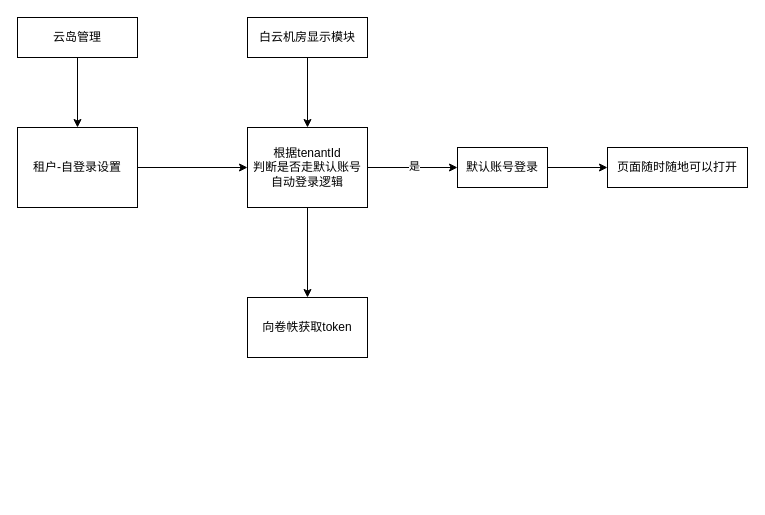
baiyigujiu/lesson2 keeps this draw.io diagram as 未命名绘图.drawio. Above is the earlier version. Source tidied: cells renumbered, new cells numbered last; positions are measured from the earlier drawing's top-left corner, leaving out a move shared by most shapes. Both pictures are drawn from the tidied source at 100%, with x=0, y=0 at pixel (17, 17).
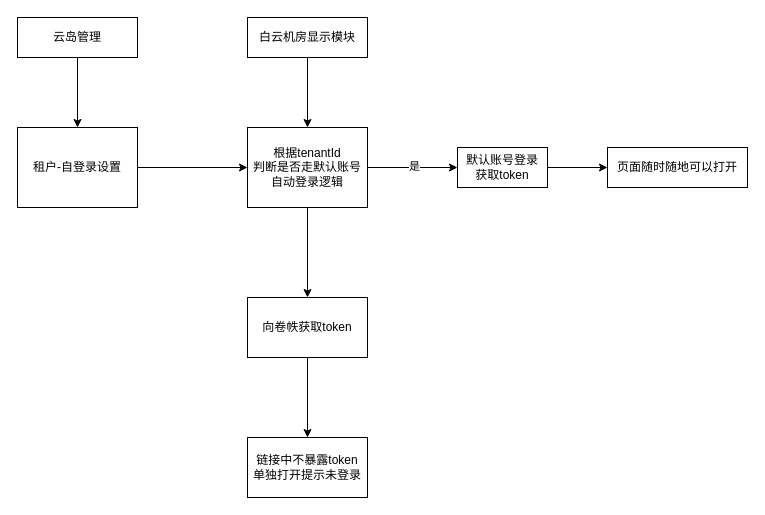
Above is the later version.

Commit message:
更新未命名绘图.drawio

Diff of the diagram source:
```diff
@@
 <mxGraphModel>
   <root>
     <mxCell id="0" />
     <mxCell id="1" parent="0" />
     <mxCell id="2" style="edgeStyle=orthogonalEdgeStyle;rounded=0;jettySize=auto;html=1;" parent="1" edge="1" source="3" target="7">
       <mxGeometry relative="1" as="geometry" />
     </mxCell>
     <mxCell id="3" value="白云机房显示模块" style="rounded=0;whiteSpace=wrap;html=1;" parent="1" vertex="1">
       <mxGeometry x="230" width="120" height="40" as="geometry" />
     </mxCell>
     <mxCell id="4" style="edgeStyle=orthogonalEdgeStyle;rounded=0;jettySize=auto;html=1;" parent="1" edge="1" source="7" target="9">
       <mxGeometry relative="1" as="geometry" />
     </mxCell>
     <mxCell id="5" value="是" style="edgeLabel;html=1;align=center;verticalAlign=middle;" parent="4" vertex="1">
       <mxGeometry x="0.03" y="2" relative="1" as="geometry" />
     </mxCell>
     <mxCell id="6" style="edgeStyle=orthogonalEdgeStyle;rounded=0;jettySize=auto;html=1;" parent="1" edge="1" source="7" target="11">
       <mxGeometry relative="1" as="geometry" />
     </mxCell>
     <mxCell id="7" value="根据tenantId&lt;br&gt;判断是否走默认账号自动登录逻辑" style="whiteSpace=wrap;html=1;rounded=0;" parent="1" vertex="1">
       <mxGeometry x="230" y="110" width="120" height="80" as="geometry" />
     </mxCell>
     <mxCell id="8" style="edgeStyle=orthogonalEdgeStyle;rounded=0;jettySize=auto;html=1;" parent="1" edge="1" source="9" target="10">
       <mxGeometry relative="1" as="geometry" />
     </mxCell>
-    <mxCell id="9" value="默认账号登录" style="whiteSpace=wrap;html=1;rounded=0;" parent="1" vertex="1">
+    <mxCell id="9" value="默认账号登录&lt;br&gt;获取token" style="whiteSpace=wrap;html=1;rounded=0;" parent="1" vertex="1">
       <mxGeometry x="440" y="130" width="90" height="40" as="geometry" />
     </mxCell>
     <mxCell id="10" value="页面随时随地可以打开" style="whiteSpace=wrap;html=1;rounded=0;" parent="1" vertex="1">
       <mxGeometry x="590" y="130" width="140" height="40" as="geometry" />
     </mxCell>
+    <mxCell id="16" style="edgeStyle=orthogonalEdgeStyle;rounded=0;jettySize=auto;html=1;" parent="1" edge="1" source="11" target="17">
+      <mxGeometry relative="1" as="geometry" />
+    </mxCell>
     <mxCell id="11" value="向卷帙获取token" style="whiteSpace=wrap;html=1;rounded=0;" parent="1" vertex="1">
       <mxGeometry x="230" y="280" width="120" height="60" as="geometry" />
     </mxCell>
     <mxCell id="12" style="edgeStyle=orthogonalEdgeStyle;rounded=0;jettySize=auto;html=1;entryX=0.5;entryY=0;entryDx=0;entryDy=0;" parent="1" edge="1" source="13" target="15">
       <mxGeometry relative="1" as="geometry" />
     </mxCell>
     <mxCell id="13" value="云岛管理" style="rounded=0;whiteSpace=wrap;html=1;" parent="1" vertex="1">
       <mxGeometry width="120" height="40" as="geometry" />
     </mxCell>
     <mxCell id="14" style="edgeStyle=orthogonalEdgeStyle;rounded=0;jettySize=auto;html=1;entryX=0;entryY=0.5;entryDx=0;entryDy=0;" parent="1" edge="1" source="15" target="7">
       <mxGeometry relative="1" as="geometry" />
     </mxCell>
     <mxCell id="15" value="租户-自登录设置" style="rounded=0;whiteSpace=wrap;html=1;" parent="1" vertex="1">
       <mxGeometry y="110" width="120" height="80" as="geometry" />
     </mxCell>
+    <mxCell id="17" value="链接中不暴露token&lt;div&gt;单独打开提示未登录&lt;/div&gt;" style="whiteSpace=wrap;html=1;rounded=0;" parent="1" vertex="1">
+      <mxGeometry x="230" y="420" width="120" height="60" as="geometry" />
+    </mxCell>
   </root>
 </mxGraphModel>
```
